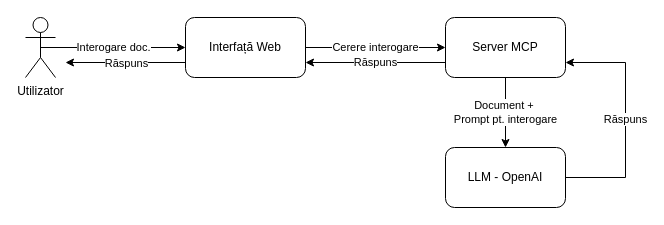
Above: page "[RO] Document interrogation request" (4 of 6) of Docs/Arhitectura aplicatiei.drawio in popalexr/Document-Interrogation-System (draw.io), before the change. Source tidied: cells renumbered, new cells numbered last; positions are measured from the earlier drawing's top-left corner, leaving out a move shared by most shapes. Both pictures are drawn from the tidied source at 100%, with x=0, y=0 at pixel (25, 17).
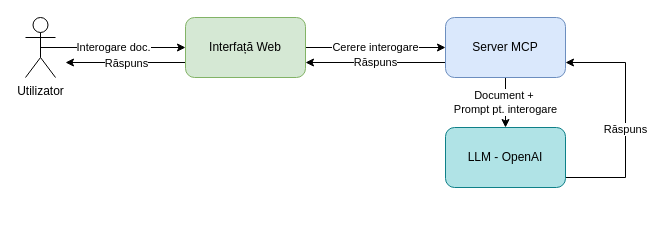
After the change.

Change to the diagram source:
```diff
@@
 <mxGraphModel>
   <root>
     <mxCell id="0" />
     <mxCell id="1" parent="0" />
     <mxCell id="2" value="Interogare doc." style="edgeStyle=orthogonalEdgeStyle;rounded=0;jettySize=auto;html=1;exitX=0.5;exitY=0.5;exitDx=0;exitDy=0;exitPerimeter=0;entryX=0;entryY=0.5;entryDx=0;entryDy=0;" parent="1" edge="1" source="3" target="6">
       <mxGeometry relative="1" as="geometry" />
     </mxCell>
     <mxCell id="3" value="Utilizator" style="shape=umlActor;verticalLabelPosition=bottom;verticalAlign=top;html=1;outlineConnect=0;" parent="1" vertex="1">
       <mxGeometry width="30" height="60" as="geometry" />
     </mxCell>
     <mxCell id="4" value="Cerere interogare" style="edgeStyle=orthogonalEdgeStyle;rounded=0;jettySize=auto;html=1;exitX=1;exitY=0.5;exitDx=0;exitDy=0;entryX=0;entryY=0.5;entryDx=0;entryDy=0;" parent="1" edge="1" source="6" target="9">
       <mxGeometry relative="1" as="geometry" />
     </mxCell>
     <mxCell id="5" value="Răspuns" style="edgeStyle=orthogonalEdgeStyle;rounded=0;jettySize=auto;html=1;exitX=0;exitY=0.75;exitDx=0;exitDy=0;" parent="1" edge="1" source="6">
       <mxGeometry relative="1" as="geometry">
         <mxPoint x="40" y="45" as="targetPoint" />
       </mxGeometry>
     </mxCell>
-    <mxCell id="6" value="Interfață Web" style="rounded=1;whiteSpace=wrap;html=1;" parent="1" vertex="1">
+    <mxCell id="6" value="Interfață Web" style="rounded=1;whiteSpace=wrap;html=1;fillColor=#d5e8d4;strokeColor=#82b366;" parent="1" vertex="1">
       <mxGeometry x="160" width="120" height="60" as="geometry" />
     </mxCell>
     <mxCell id="7" value="Document +&amp;nbsp;&lt;br&gt;Prompt pt. interogare" style="edgeStyle=orthogonalEdgeStyle;rounded=0;jettySize=auto;html=1;exitX=0.5;exitY=1;exitDx=0;exitDy=0;" parent="1" edge="1" source="9" target="11">
       <mxGeometry relative="1" as="geometry" />
     </mxCell>
     <mxCell id="8" value="Răspuns" style="edgeStyle=orthogonalEdgeStyle;rounded=0;jettySize=auto;html=1;exitX=0;exitY=0.75;exitDx=0;exitDy=0;entryX=1;entryY=0.75;entryDx=0;entryDy=0;" parent="1" edge="1" source="9" target="6">
       <mxGeometry relative="1" as="geometry" />
     </mxCell>
-    <mxCell id="9" value="Server MCP" style="rounded=1;whiteSpace=wrap;html=1;" parent="1" vertex="1">
+    <mxCell id="9" value="Server MCP" style="rounded=1;whiteSpace=wrap;html=1;fillColor=#dae8fc;strokeColor=#6c8ebf;" parent="1" vertex="1">
       <mxGeometry x="420" width="120" height="60" as="geometry" />
     </mxCell>
     <mxCell id="10" value="Răspuns" style="edgeStyle=orthogonalEdgeStyle;rounded=0;jettySize=auto;html=1;exitX=1;exitY=0.5;exitDx=0;exitDy=0;entryX=1;entryY=0.75;entryDx=0;entryDy=0;" parent="1" edge="1" source="11" target="9">
       <mxGeometry relative="1" as="geometry">
         <Array as="points">
           <mxPoint x="600" y="160" />
           <mxPoint x="600" y="45" />
         </Array>
       </mxGeometry>
     </mxCell>
-    <mxCell id="11" value="LLM - OpenAI" style="rounded=1;whiteSpace=wrap;html=1;" parent="1" vertex="1">
-      <mxGeometry x="420" y="130" width="120" height="60" as="geometry" />
+    <mxCell id="11" value="LLM - OpenAI" style="rounded=1;whiteSpace=wrap;html=1;fillColor=#b0e3e6;strokeColor=#0e8088;" parent="1" vertex="1">
+      <mxGeometry x="420" y="110" width="120" height="60" as="geometry" />
     </mxCell>
   </root>
 </mxGraphModel>
```
